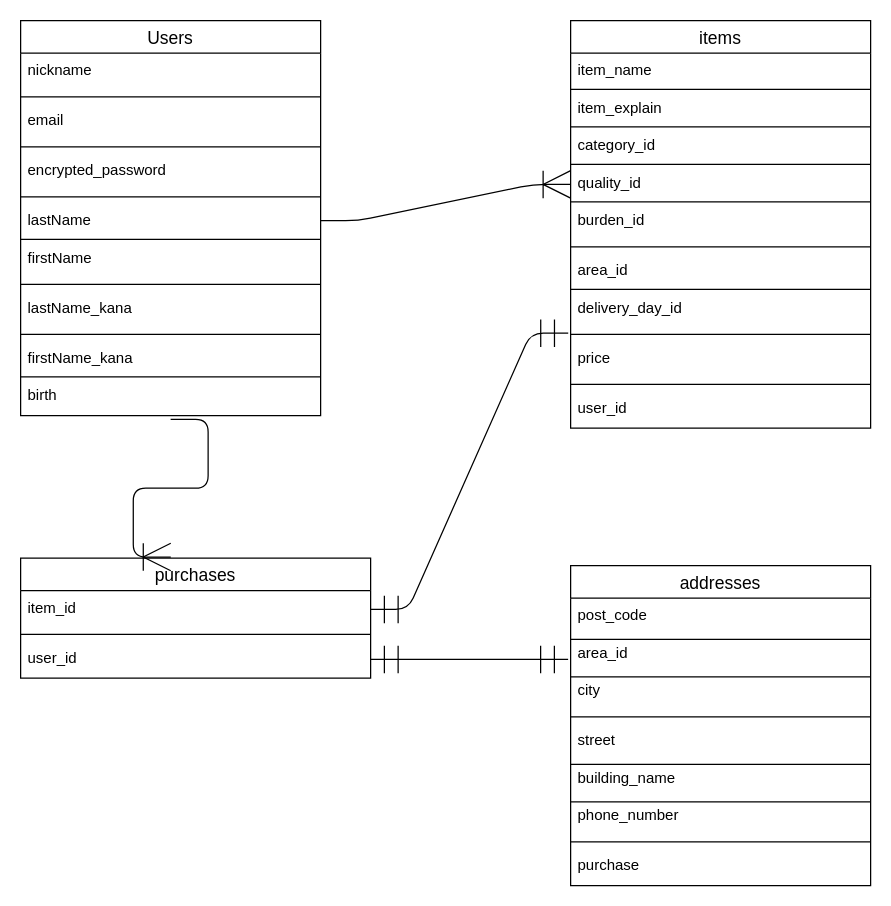
The draw.io diagram test.dio in kazuhiro-tsuchiya/furima-36951, before the edit. Source tidied: cells renumbered, new cells numbered last; positions are measured from the earlier drawing's top-left corner, leaving out a move shared by most shapes. Both pictures are drawn from the tidied source at 125%, with x=0, y=0 at pixel (20, 20).
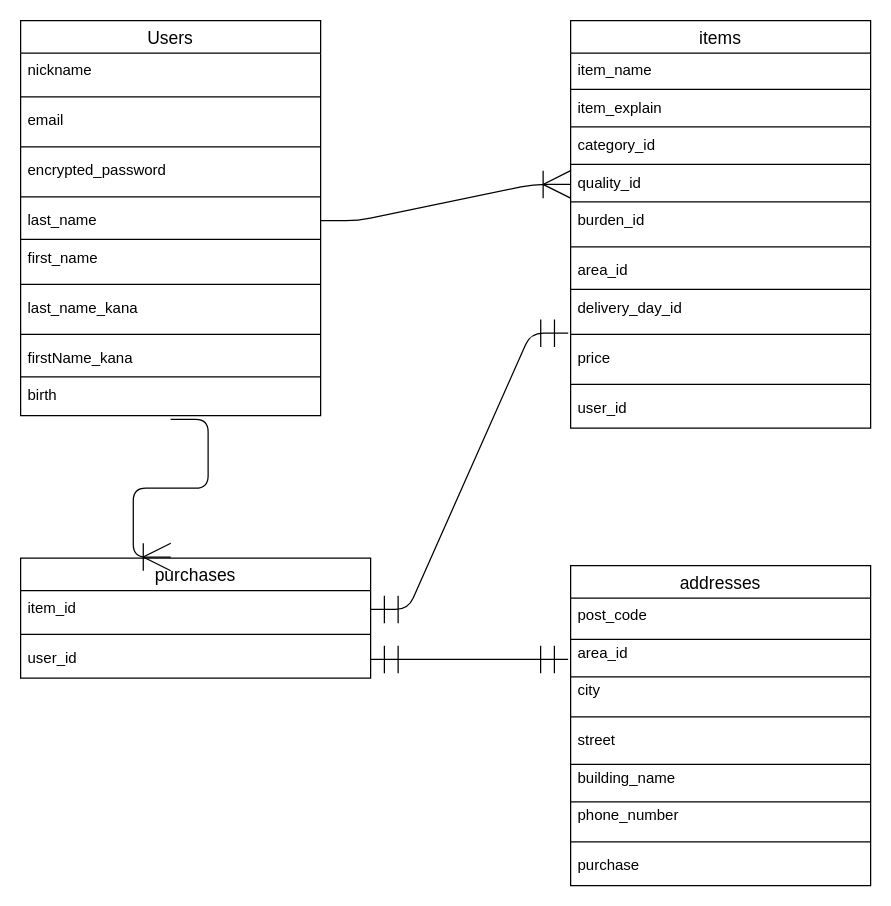
After the change.

Commit message (it also covers changes not shown here):
DB図とREADMEの作成 issue#3 修正3回目

Unchanged cells that the change refers to:
```xml
<mxCell id="2" value="Users" style="swimlane;fontStyle=0;horizontal=1;startSize=26;align=center;fontSize=14;" parent="1" vertex="1">
  <mxGeometry width="240" height="316" as="geometry" />
</mxCell>
```

The edit, as a diff of the source:
```diff
@@
-    <mxCell id="9" value="lastName" style="text;strokeColor=none;fillColor=none;spacingLeft=4;spacingRight=4;overflow=hidden;fontSize=12;" parent="2" vertex="1">
+    <mxCell id="9" value="last_name" style="text;strokeColor=none;fillColor=none;spacingLeft=4;spacingRight=4;overflow=hidden;fontSize=12;" parent="2" vertex="1">
       <mxGeometry y="146" width="240" height="30" as="geometry" />
     </mxCell>
-    <mxCell id="10" value="firstName" style="text;strokeColor=none;fillColor=none;spacingLeft=4;spacingRight=4;overflow=hidden;fontSize=12;" parent="2" vertex="1">
+    <mxCell id="10" value="first_name" style="text;strokeColor=none;fillColor=none;spacingLeft=4;spacingRight=4;overflow=hidden;fontSize=12;" parent="2" vertex="1">
       <mxGeometry y="176" width="240" height="30" as="geometry" />
     </mxCell>
@@
-    <mxCell id="12" value="lastName_kana" style="text;strokeColor=none;fillColor=none;spacingLeft=4;spacingRight=4;overflow=hidden;fontSize=12;" parent="2" vertex="1">
+    <mxCell id="12" value="last_name_kana" style="text;strokeColor=none;fillColor=none;spacingLeft=4;spacingRight=4;overflow=hidden;fontSize=12;" parent="2" vertex="1">
       <mxGeometry y="216" width="240" height="30" as="geometry" />
     </mxCell>
```
